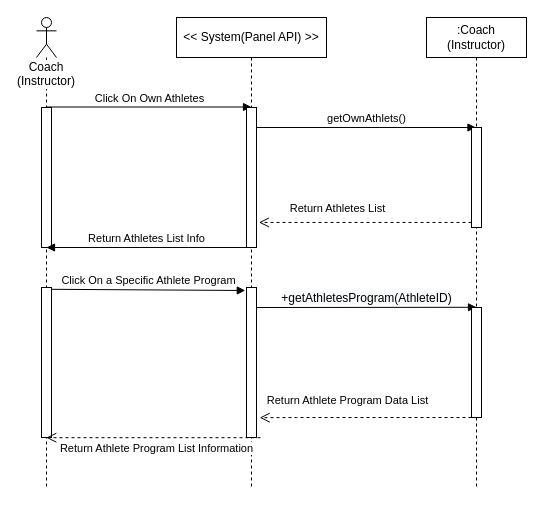
The draw.io diagram Behavioral Modeling/Instructor (Coach) Profile - Show Own Athletes.drawio in mmohajer9/sama-online-coaching-system, before the edit. Source tidied: cells renumbered, new cells numbered last; positions are measured from the earlier drawing's top-left corner, leaving out a move shared by most shapes. Both pictures are drawn from the tidied source at 100%, with x=0, y=0 at pixel (36, 17).
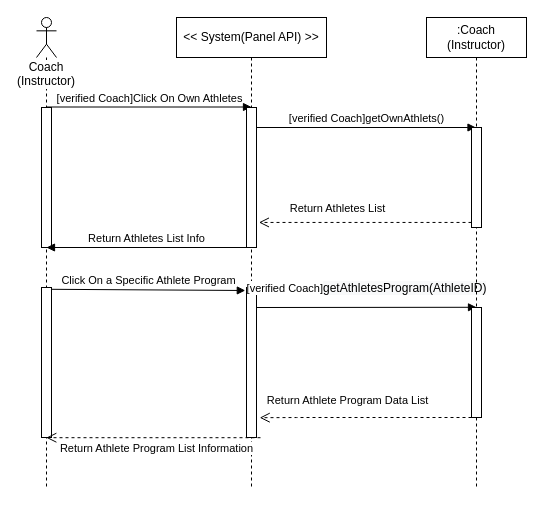
The same page after the edit.

Unchanged cells that the change refers to:
```xml
<mxCell id="2" value="Coach (Instructor)" style="shape=umlLifeline;participant=umlActor;perimeter=lifelinePerimeter;whiteSpace=wrap;html=1;verticalAlign=top;spacingTop=36;labelBackgroundColor=#ffffff;outlineConnect=0;" parent="1" vertex="1">
  <mxGeometry width="20" height="470" as="geometry" />
</mxCell>
<mxCell id="5" value="&amp;lt;&amp;lt; System(Panel API) &amp;gt;&amp;gt;" style="shape=umlLifeline;perimeter=lifelinePerimeter;whiteSpace=wrap;html=1;" parent="1" vertex="1">
  <mxGeometry x="140" width="150" height="470" as="geometry" />
</mxCell>
<mxCell id="11" value=":Coach (Instructor)" style="shape=umlLifeline;perimeter=lifelinePerimeter;whiteSpace=wrap;html=1;outlineConnect=0;" parent="1" vertex="1">
  <mxGeometry x="390" width="100" height="470" as="geometry" />
</mxCell>
<mxCell id="13" style="html=1;points=[];perimeter=orthogonalPerimeter;" parent="11" vertex="1">
  <mxGeometry x="45" y="290" width="10" height="110" as="geometry" />
</mxCell>
```

The edit, as a diff of the source:
```diff
@@
-    <mxCell id="6" value="Click On Own Athletes" style="html=1;verticalAlign=bottom;endArrow=block;" parent="5" edge="1" source="2">
+    <mxCell id="6" value="[verified Coach]Click On Own Athletes" style="html=1;verticalAlign=bottom;endArrow=block;" parent="5" edge="1" source="2">
       <mxGeometry relative="1" as="geometry">
         <mxPoint x="75" y="89.5" as="targetPoint" />
       </mxGeometry>
     </mxCell>
@@
-    <mxCell id="8" value="getOwnAthlets()" style="html=1;verticalAlign=bottom;endArrow=block;" parent="5" edge="1" target="11">
+    <mxCell id="8" value="[verified Coach]getOwnAthlets()" style="html=1;verticalAlign=bottom;endArrow=block;" parent="5" edge="1" target="11">
       <mxGeometry relative="1" as="geometry">
         <mxPoint x="80" y="110" as="sourcePoint" />
       </mxGeometry>
     </mxCell>
@@
-    <mxCell id="10" value="&lt;span style=&quot;font-size: 12px ; text-align: left ; white-space: normal ; background-color: rgb(248 , 249 , 250)&quot;&gt;+getAthletesProgram(AthleteID)&lt;/span&gt;" style="html=1;verticalAlign=bottom;endArrow=block;entryX=0.5;entryY=-0.002;entryDx=0;entryDy=0;entryPerimeter=0;" parent="5" edge="1" target="13">
-      <mxGeometry relative="1" as="geometry">
+    <mxCell id="10" value="[verified Coach]&lt;span style=&quot;font-size: 12px ; text-align: left ; white-space: normal ; background-color: rgb(248 , 249 , 250)&quot;&gt;getAthletesProgram(AthleteID)&lt;/span&gt;" style="html=1;verticalAlign=bottom;endArrow=block;entryX=0.5;entryY=-0.002;entryDx=0;entryDy=0;entryPerimeter=0;" parent="5" edge="1" target="13">
+      <mxGeometry y="10" relative="1" as="geometry">
         <mxPoint x="80" y="290" as="sourcePoint" />
       </mxGeometry>
     </mxCell>
```
